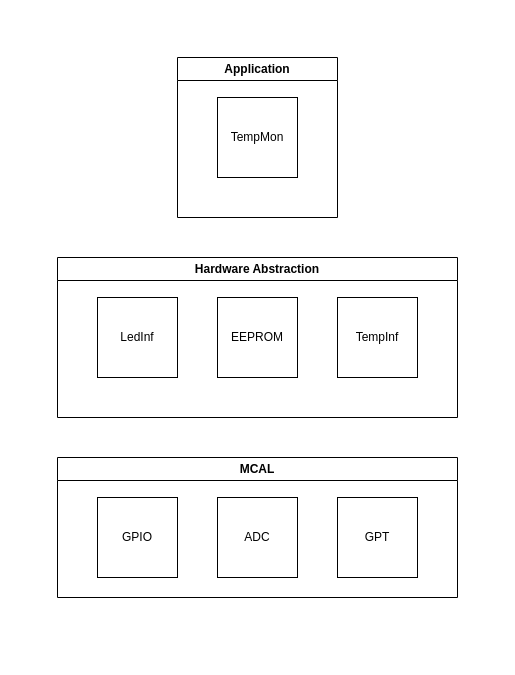
The draw.io diagram Arch/Temp_Demo_Arch.drawio in Mikelhaeri/Temperature_monitor_demo, before the edit. Source tidied: cells renumbered, new cells numbered last; positions are measured from the earlier drawing's top-left corner, leaving out a move shared by most shapes. Both pictures are drawn from the tidied source at 100%, with x=0, y=0 at pixel (57, 57).
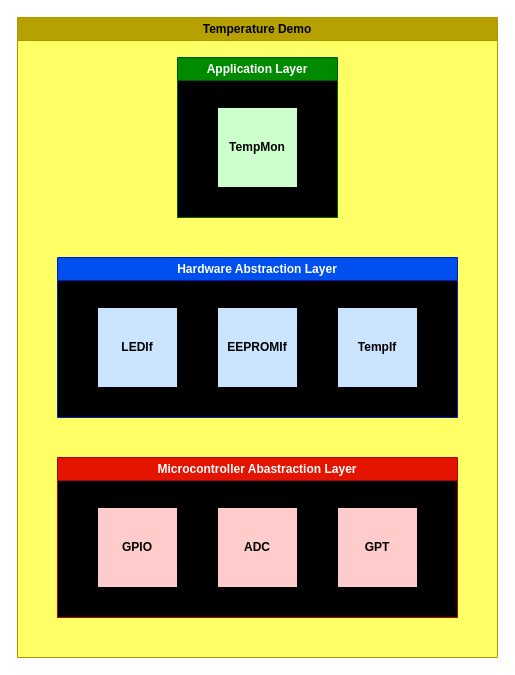
Above is the later version.

What changed in the source:
```diff
@@
 <mxGraphModel>
   <root>
     <mxCell id="0" />
     <mxCell id="1" parent="0" />
+    <mxCell id="12" value="Temperature Demo" style="swimlane;whiteSpace=wrap;html=1;fillColor=#B6A100;fontColor=#000000;strokeColor=#B09500;swimlaneFillColor=#FFFF66;" parent="1" vertex="1">
+      <mxGeometry x="-40" y="-40" width="480" height="640" as="geometry" />
+    </mxCell>
-    <mxCell id="2" value="Hardware Abstraction" style="swimlane;whiteSpace=wrap;html=1;" parent="1" vertex="1">
+    <mxCell id="2" value="Hardware Abstraction Layer" style="swimlane;whiteSpace=wrap;html=1;fillColor=#0050ef;fontColor=#ffffff;strokeColor=#001DBC;swimlaneFillColor=light-dark(#000000,#6DB1FF);startSize=23;" parent="1" vertex="1">
       <mxGeometry y="200" width="400" height="160" as="geometry" />
     </mxCell>
-    <mxCell id="3" value="LedInf" style="whiteSpace=wrap;html=1;" parent="2" vertex="1">
-      <mxGeometry x="40" y="40" width="80" height="80" as="geometry" />
+    <mxCell id="3" value="LEDIf" style="whiteSpace=wrap;html=1;fillColor=#CCE5FF;fontColor=#000000;fontStyle=1;" parent="2" vertex="1">
+      <mxGeometry x="40" y="50" width="80" height="80" as="geometry" />
     </mxCell>
-    <mxCell id="4" value="EEPROM" style="whiteSpace=wrap;html=1;" parent="2" vertex="1">
-      <mxGeometry x="160" y="40" width="80" height="80" as="geometry" />
+    <mxCell id="4" value="EEPROMIf" style="whiteSpace=wrap;html=1;fillColor=#CCE5FF;fontColor=#000000;fontStyle=1;" parent="2" vertex="1">
+      <mxGeometry x="160" y="50" width="80" height="80" as="geometry" />
     </mxCell>
-    <mxCell id="5" value="TempInf" style="whiteSpace=wrap;html=1;" parent="2" vertex="1">
-      <mxGeometry x="280" y="40" width="80" height="80" as="geometry" />
+    <mxCell id="5" value="TempIf" style="whiteSpace=wrap;html=1;fillColor=#CCE5FF;fontColor=#000000;fontStyle=1;" parent="2" vertex="1">
+      <mxGeometry x="280" y="50" width="80" height="80" as="geometry" />
     </mxCell>
-    <mxCell id="6" value="Application" style="swimlane;whiteSpace=wrap;html=1;" parent="1" vertex="1">
+    <mxCell id="6" value="Application Layer" style="swimlane;whiteSpace=wrap;html=1;fillColor=#008a00;fontColor=#ffffff;strokeColor=#005700;swimlaneFillColor=light-dark(#000000,#60A917);" parent="1" vertex="1">
       <mxGeometry x="120" width="160" height="160" as="geometry" />
     </mxCell>
-    <mxCell id="7" value="TempMon" style="whiteSpace=wrap;html=1;" parent="6" vertex="1">
-      <mxGeometry x="40" y="40" width="80" height="80" as="geometry" />
+    <mxCell id="7" value="TempMon" style="whiteSpace=wrap;html=1;fillColor=#CCFFCC;fontStyle=1;fontColor=#000000;" parent="6" vertex="1">
+      <mxGeometry x="40" y="50" width="80" height="80" as="geometry" />
     </mxCell>
-    <mxCell id="8" value="MCAL" style="swimlane;whiteSpace=wrap;html=1;" parent="1" vertex="1">
-      <mxGeometry y="400" width="400" height="140" as="geometry" />
+    <mxCell id="8" value="Microcontroller Abastraction Layer" style="swimlane;whiteSpace=wrap;html=1;fillColor=#e51400;fontColor=#ffffff;strokeColor=#B20000;swimlaneFillColor=light-dark(#000000,#FF9281);" parent="1" vertex="1">
+      <mxGeometry y="400" width="400" height="160" as="geometry" />
     </mxCell>
-    <mxCell id="9" value="GPIO" style="whiteSpace=wrap;html=1;" parent="8" vertex="1">
-      <mxGeometry x="40" y="40" width="80" height="80" as="geometry" />
+    <mxCell id="9" value="GPIO" style="whiteSpace=wrap;html=1;fillColor=#FFCCCC;fontStyle=1;fontColor=#000000;" parent="8" vertex="1">
+      <mxGeometry x="40" y="50" width="80" height="80" as="geometry" />
     </mxCell>
-    <mxCell id="10" value="ADC" style="whiteSpace=wrap;html=1;" parent="8" vertex="1">
-      <mxGeometry x="160" y="40" width="80" height="80" as="geometry" />
+    <mxCell id="10" value="ADC" style="whiteSpace=wrap;html=1;fillColor=#FFCCCC;fontStyle=1;fontColor=#000000;" parent="8" vertex="1">
+      <mxGeometry x="160" y="50" width="80" height="80" as="geometry" />
     </mxCell>
-    <mxCell id="11" value="GPT" style="whiteSpace=wrap;html=1;" parent="8" vertex="1">
-      <mxGeometry x="280" y="40" width="80" height="80" as="geometry" />
+    <mxCell id="11" value="GPT" style="whiteSpace=wrap;html=1;fillColor=#FFCCCC;fontStyle=1;fontColor=#000000;" parent="8" vertex="1">
+      <mxGeometry x="280" y="50" width="80" height="80" as="geometry" />
     </mxCell>
   </root>
 </mxGraphModel>
```
